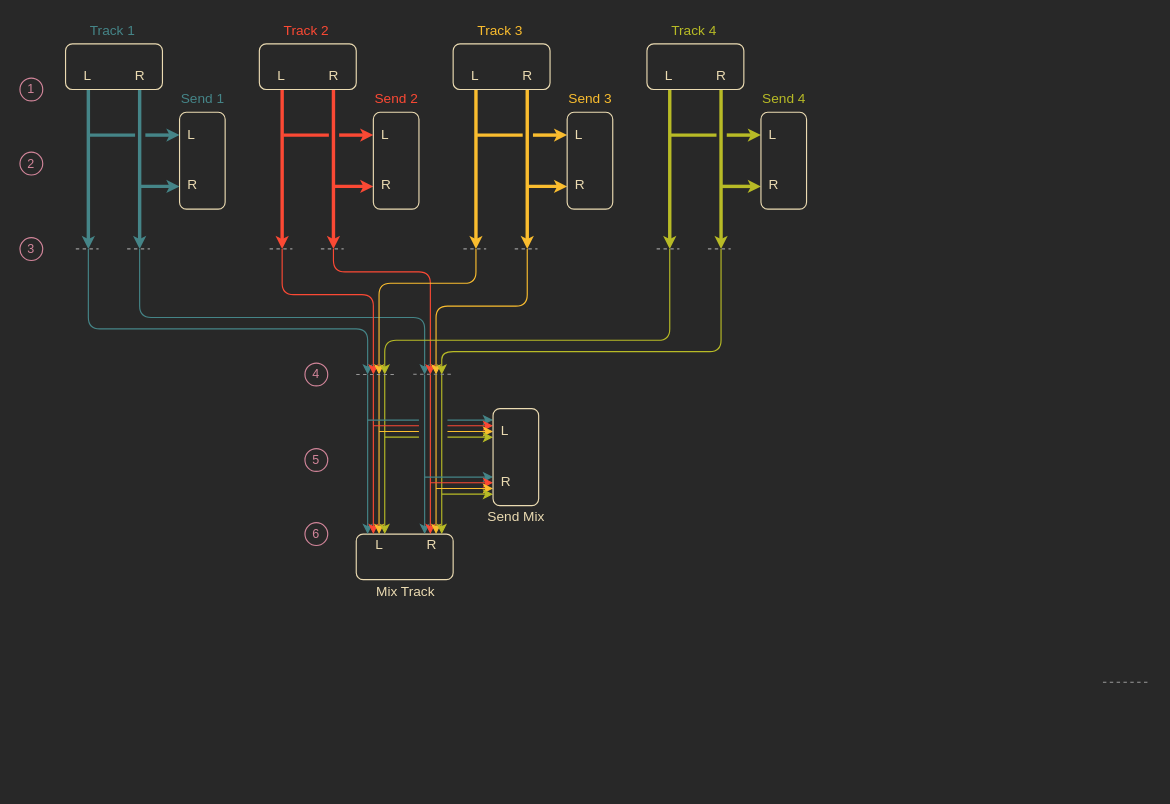
The draw.io diagram docs/track copy.drawio in SteveRussell33/Autonomous-Robot-Collective, before the edit. Source tidied: cells renumbered, new cells numbered last; positions are measured from the earlier drawing's top-left corner, leaving out a move shared by most shapes. Both pictures are drawn from the tidied source at 114%, with x=0, y=0 at pixel (19, 19).
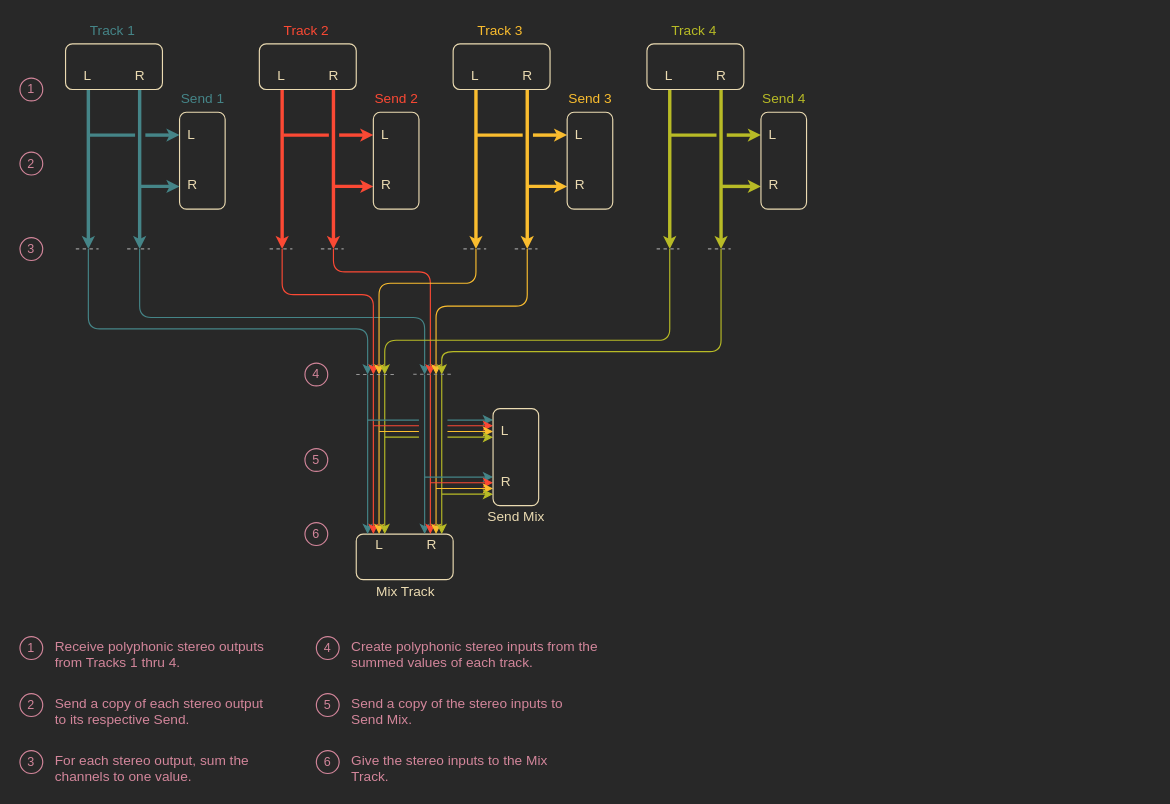
After the change.

Commit message (it also covers changes not shown here):
work on new track drawing

What changed in the source:
```diff
@@
-    <mxCell id="82" style="endArrow=none;html=1;fontSize=8;fillColor=#f0a30a;dashed=1;strokeColor=#999999;" parent="1" edge="1">
-      <mxGeometry relative="1" as="geometry">
-        <mxPoint x="950" y="581" as="sourcePoint" />
-        <mxPoint x="990" y="581" as="targetPoint" />
-      </mxGeometry>
-    </mxCell>
@@
+    <mxCell id="107" value="&lt;font&gt;1&lt;/font&gt;" style="ellipse;whiteSpace=wrap;html=1;rounded=1;fontSize=11;fillColor=#282828;fontColor=#d3869b;strokeColor=#d3869b;" parent="1" vertex="1">
+      <mxGeometry y="541" width="20" height="20" as="geometry" />
+    </mxCell>
+    <mxCell id="108" value="Receive polyphonic stereo outputs from Tracks 1 thru 4." style="text;strokeColor=none;fillColor=none;spacing=5;spacingTop=-8;overflow=hidden;rounded=0;fontColor=#D3869B;fontSize=12;whiteSpace=wrap;" parent="1" vertex="1">
+      <mxGeometry x="26" y="541" width="195" height="30" as="geometry" />
+    </mxCell>
+    <mxCell id="109" value="&lt;font&gt;2&lt;/font&gt;" style="ellipse;whiteSpace=wrap;html=1;rounded=1;fontSize=11;fillColor=#282828;fontColor=#d3869b;strokeColor=#d3869b;" parent="1" vertex="1">
+      <mxGeometry y="591" width="20" height="20" as="geometry" />
+    </mxCell>
+    <mxCell id="110" value="Send a copy of each stereo output to its respective Send." style="text;strokeColor=none;fillColor=none;spacing=5;spacingTop=-8;overflow=hidden;rounded=0;fontColor=#D3869B;fontSize=12;whiteSpace=wrap;" parent="1" vertex="1">
+      <mxGeometry x="26" y="591" width="195" height="30" as="geometry" />
+    </mxCell>
+    <mxCell id="111" value="&lt;font&gt;3&lt;/font&gt;" style="ellipse;whiteSpace=wrap;html=1;rounded=1;fontSize=11;fillColor=#282828;fontColor=#d3869b;strokeColor=#d3869b;" parent="1" vertex="1">
+      <mxGeometry y="641" width="20" height="20" as="geometry" />
+    </mxCell>
+    <mxCell id="112" value="For each stereo output, sum the channels to one value." style="text;strokeColor=none;fillColor=none;spacing=5;spacingTop=-8;overflow=hidden;rounded=0;fontColor=#D3869B;fontSize=12;whiteSpace=wrap;" parent="1" vertex="1">
+      <mxGeometry x="26" y="641" width="200" height="30" as="geometry" />
+    </mxCell>
+    <mxCell id="113" value="&lt;font&gt;4&lt;/font&gt;" style="ellipse;whiteSpace=wrap;html=1;rounded=1;fontSize=11;fillColor=#282828;fontColor=#d3869b;strokeColor=#d3869b;" parent="1" vertex="1">
+      <mxGeometry x="260" y="541" width="20" height="20" as="geometry" />
+    </mxCell>
+    <mxCell id="114" value="Create polyphonic stereo inputs from the summed values of each track." style="text;strokeColor=none;fillColor=none;spacing=5;spacingTop=-8;overflow=hidden;rounded=0;fontColor=#D3869B;fontSize=12;whiteSpace=wrap;" parent="1" vertex="1">
+      <mxGeometry x="286" y="541" width="246" height="30" as="geometry" />
+    </mxCell>
+    <mxCell id="115" value="&lt;font&gt;5&lt;/font&gt;" style="ellipse;whiteSpace=wrap;html=1;rounded=1;fontSize=11;fillColor=#282828;fontColor=#d3869b;strokeColor=#d3869b;" parent="1" vertex="1">
+      <mxGeometry x="260" y="591" width="20" height="20" as="geometry" />
+    </mxCell>
+    <mxCell id="116" value="Send a copy of the stereo inputs to Send Mix." style="text;strokeColor=none;fillColor=none;spacing=5;spacingTop=-8;overflow=hidden;rounded=0;fontColor=#D3869B;fontSize=12;whiteSpace=wrap;" parent="1" vertex="1">
+      <mxGeometry x="286" y="591" width="195" height="30" as="geometry" />
+    </mxCell>
+    <mxCell id="117" value="&lt;font&gt;6&lt;/font&gt;" style="ellipse;whiteSpace=wrap;html=1;rounded=1;fontSize=11;fillColor=#282828;fontColor=#d3869b;strokeColor=#d3869b;" parent="1" vertex="1">
+      <mxGeometry x="260" y="641" width="20" height="20" as="geometry" />
+    </mxCell>
+    <mxCell id="118" value="Give the stereo inputs to the Mix Track." style="text;strokeColor=none;fillColor=none;spacing=5;spacingTop=-8;overflow=hidden;rounded=0;fontColor=#D3869B;fontSize=12;whiteSpace=wrap;" parent="1" vertex="1">
+      <mxGeometry x="286" y="641" width="195" height="30" as="geometry" />
+    </mxCell>
```
